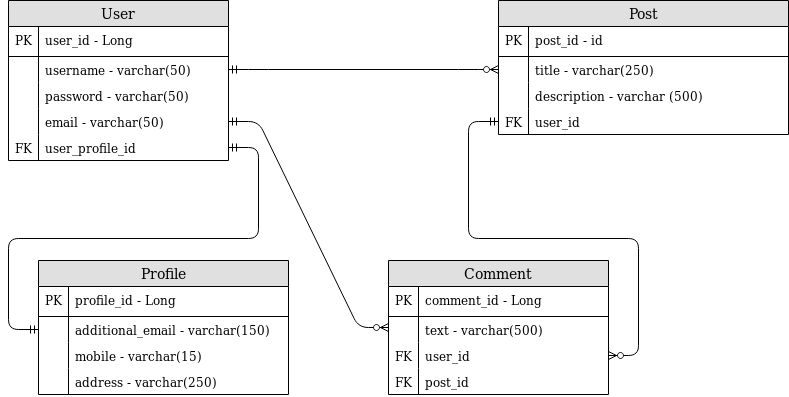
kumarjai1/redd-clone-backend keeps this draw.io diagram as assets/ERDdiagram.png. Above is the earlier version. Source tidied: cells renumbered, new cells last; positions are measured from the earlier drawing's top-left corner, leaving out a move shared by most shapes. Source of this version:
```xml
<mxGraphModel background="#ffffff">
  <root>
    <mxCell id="0" />
    <mxCell id="1" parent="0" />
    <mxCell id="2" value="User" style="swimlane;fontStyle=0;horizontal=1;startSize=26;fillColor=#e0e0e0;swimlaneFillColor=#ffffff;align=center;fontSize=14;" parent="1" vertex="1">
      <mxGeometry width="220" height="160" as="geometry" />
    </mxCell>
    <mxCell id="3" value="user_id - Long" style="shape=partialRectangle;top=0;left=0;right=0;bottom=1;align=left;verticalAlign=middle;fillColor=none;spacingLeft=34;spacingRight=4;overflow=hidden;fontStyle=0;fontSize=12;" parent="2" vertex="1">
      <mxGeometry y="26" width="220" height="30" as="geometry" />
    </mxCell>
    <mxCell id="4" value="PK" style="shape=partialRectangle;top=0;left=0;bottom=0;fillColor=none;align=left;verticalAlign=middle;spacingLeft=4;spacingRight=4;overflow=hidden;fontSize=12;" parent="3" vertex="1">
      <mxGeometry width="30" height="30" as="geometry" />
    </mxCell>
    <mxCell id="5" value="username - varchar(50)" style="shape=partialRectangle;top=0;left=0;right=0;bottom=0;align=left;verticalAlign=top;fillColor=none;spacingLeft=34;spacingRight=4;overflow=hidden;points=[[0,0.5],[1,0.5]];portConstraint=eastwest;fontSize=12;" parent="2" vertex="1">
      <mxGeometry y="56" width="220" height="26" as="geometry" />
    </mxCell>
    <mxCell id="6" style="shape=partialRectangle;top=0;left=0;bottom=0;fillColor=none;align=left;verticalAlign=top;spacingLeft=4;spacingRight=4;overflow=hidden;fontSize=12;" parent="5" vertex="1">
      <mxGeometry width="30" height="26" as="geometry" />
    </mxCell>
    <mxCell id="7" value="password - varchar(50)" style="shape=partialRectangle;top=0;left=0;right=0;bottom=0;align=left;verticalAlign=top;fillColor=none;spacingLeft=34;spacingRight=4;overflow=hidden;fontSize=12;" parent="2" vertex="1">
      <mxGeometry y="82" width="220" height="26" as="geometry" />
    </mxCell>
    <mxCell id="8" style="shape=partialRectangle;top=0;left=0;bottom=0;fillColor=none;align=left;verticalAlign=top;spacingLeft=4;spacingRight=4;overflow=hidden;fontSize=12;" parent="7" vertex="1">
      <mxGeometry width="30" height="26" as="geometry" />
    </mxCell>
    <mxCell id="9" value="email - varchar(50)" style="shape=partialRectangle;top=0;left=0;right=0;bottom=0;align=left;verticalAlign=top;fillColor=none;spacingLeft=34;spacingRight=4;overflow=hidden;fontSize=12;" parent="2" vertex="1">
      <mxGeometry y="108" width="220" height="26" as="geometry" />
    </mxCell>
    <mxCell id="10" style="shape=partialRectangle;top=0;left=0;bottom=0;fillColor=none;align=left;verticalAlign=top;spacingLeft=4;spacingRight=4;overflow=hidden;fontSize=12;" parent="9" vertex="1">
      <mxGeometry width="30" height="26" as="geometry" />
    </mxCell>
    <mxCell id="11" value="user_profile_id" style="shape=partialRectangle;top=0;left=0;right=0;bottom=0;align=left;verticalAlign=top;fillColor=none;spacingLeft=34;spacingRight=4;overflow=hidden;points=[[0,0.5],[1,0.5]];portConstraint=eastwest;fontSize=12;" parent="2" vertex="1">
      <mxGeometry y="134" width="220" height="26" as="geometry" />
    </mxCell>
    <mxCell id="12" value="FK" style="shape=partialRectangle;top=0;left=0;bottom=0;fillColor=none;align=left;verticalAlign=top;spacingLeft=4;spacingRight=4;overflow=hidden;fontSize=12;" parent="11" vertex="1">
      <mxGeometry width="30" height="26" as="geometry" />
    </mxCell>
    <mxCell id="13" value="Post" style="swimlane;fontStyle=0;horizontal=1;startSize=26;fillColor=#e0e0e0;swimlaneFillColor=#ffffff;align=center;fontSize=14;" parent="1" vertex="1">
      <mxGeometry x="490" width="290" height="134" as="geometry" />
    </mxCell>
    <mxCell id="14" value="post_id - id" style="shape=partialRectangle;top=0;left=0;right=0;bottom=1;align=left;verticalAlign=middle;fillColor=none;spacingLeft=34;spacingRight=4;overflow=hidden;fontStyle=0;fontSize=12;" parent="13" vertex="1">
      <mxGeometry y="26" width="290" height="30" as="geometry" />
    </mxCell>
    <mxCell id="15" value="PK" style="shape=partialRectangle;top=0;left=0;bottom=0;fillColor=none;align=left;verticalAlign=middle;spacingLeft=4;spacingRight=4;overflow=hidden;fontSize=12;" parent="14" vertex="1">
      <mxGeometry width="30" height="30" as="geometry" />
    </mxCell>
    <mxCell id="16" value="title - varchar(250)&#10;" style="shape=partialRectangle;top=0;left=0;right=0;bottom=0;align=left;verticalAlign=top;fillColor=none;spacingLeft=34;spacingRight=4;overflow=hidden;points=[[0,0.5],[1,0.5]];portConstraint=eastwest;fontSize=12;" parent="13" vertex="1">
      <mxGeometry y="56" width="290" height="26" as="geometry" />
    </mxCell>
    <mxCell id="17" style="shape=partialRectangle;top=0;left=0;bottom=0;fillColor=none;align=left;verticalAlign=top;spacingLeft=4;spacingRight=4;overflow=hidden;fontSize=12;" parent="16" vertex="1">
      <mxGeometry width="30" height="26" as="geometry" />
    </mxCell>
    <mxCell id="18" value="description - varchar (500)&#10;" style="shape=partialRectangle;top=0;left=0;right=0;bottom=0;align=left;verticalAlign=top;fillColor=none;spacingLeft=34;spacingRight=4;overflow=hidden;fontSize=12;" parent="13" vertex="1">
      <mxGeometry y="82" width="290" height="26" as="geometry" />
    </mxCell>
    <mxCell id="19" style="shape=partialRectangle;top=0;left=0;bottom=0;fillColor=none;align=left;verticalAlign=top;spacingLeft=4;spacingRight=4;overflow=hidden;fontSize=12;" parent="18" vertex="1">
      <mxGeometry width="30" height="26" as="geometry" />
    </mxCell>
    <mxCell id="20" value="user_id" style="shape=partialRectangle;top=0;left=0;right=0;bottom=0;align=left;verticalAlign=top;fillColor=none;spacingLeft=34;spacingRight=4;overflow=hidden;points=[[0,0.5],[1,0.5]];portConstraint=eastwest;fontSize=12;" parent="13" vertex="1">
      <mxGeometry y="108" width="290" height="26" as="geometry" />
    </mxCell>
    <mxCell id="21" value="FK" style="shape=partialRectangle;top=0;left=0;bottom=0;fillColor=none;align=left;verticalAlign=top;spacingLeft=4;spacingRight=4;overflow=hidden;fontSize=12;" parent="20" vertex="1">
      <mxGeometry width="30" height="26" as="geometry" />
    </mxCell>
    <mxCell id="22" value="Comment" style="swimlane;fontStyle=0;horizontal=1;startSize=26;fillColor=#e0e0e0;swimlaneFillColor=#ffffff;align=center;fontSize=14;" parent="1" vertex="1">
      <mxGeometry x="380" y="260" width="220" height="134" as="geometry" />
    </mxCell>
    <mxCell id="23" value="comment_id - Long" style="shape=partialRectangle;top=0;left=0;right=0;bottom=1;align=left;verticalAlign=middle;fillColor=none;spacingLeft=34;spacingRight=4;overflow=hidden;fontStyle=0;fontSize=12;" parent="22" vertex="1">
      <mxGeometry y="26" width="220" height="30" as="geometry" />
    </mxCell>
    <mxCell id="24" value="PK" style="shape=partialRectangle;top=0;left=0;bottom=0;fillColor=none;align=left;verticalAlign=middle;spacingLeft=4;spacingRight=4;overflow=hidden;fontSize=12;" parent="23" vertex="1">
      <mxGeometry width="30" height="30" as="geometry" />
    </mxCell>
    <mxCell id="25" value="text - varchar(500)" style="shape=partialRectangle;top=0;left=0;right=0;bottom=0;align=left;verticalAlign=top;fillColor=none;spacingLeft=34;spacingRight=4;overflow=hidden;fontSize=12;" parent="22" vertex="1">
      <mxGeometry y="56" width="220" height="26" as="geometry" />
    </mxCell>
    <mxCell id="26" style="shape=partialRectangle;top=0;left=0;bottom=0;fillColor=none;align=left;verticalAlign=top;spacingLeft=4;spacingRight=4;overflow=hidden;fontSize=12;" parent="25" vertex="1">
      <mxGeometry width="30" height="26" as="geometry" />
    </mxCell>
    <mxCell id="27" value="user_id" style="shape=partialRectangle;top=0;left=0;right=0;bottom=0;align=left;verticalAlign=top;fillColor=none;spacingLeft=34;spacingRight=4;overflow=hidden;points=[[0,0.5],[1,0.5]];portConstraint=eastwest;fontSize=12;" parent="22" vertex="1">
      <mxGeometry y="82" width="220" height="26" as="geometry" />
    </mxCell>
    <mxCell id="28" value="FK" style="shape=partialRectangle;top=0;left=0;bottom=0;fillColor=none;align=left;verticalAlign=top;spacingLeft=4;spacingRight=4;overflow=hidden;fontSize=12;" parent="27" vertex="1">
      <mxGeometry width="30" height="26" as="geometry" />
    </mxCell>
    <mxCell id="29" value="post_id" style="shape=partialRectangle;top=0;left=0;right=0;bottom=0;align=left;verticalAlign=top;fillColor=none;spacingLeft=34;spacingRight=4;overflow=hidden;fontSize=12;" parent="22" vertex="1">
      <mxGeometry y="108" width="220" height="26" as="geometry" />
    </mxCell>
    <mxCell id="30" value="FK" style="shape=partialRectangle;top=0;left=0;bottom=0;fillColor=none;align=left;verticalAlign=top;spacingLeft=4;spacingRight=4;overflow=hidden;fontSize=12;" parent="29" vertex="1">
      <mxGeometry width="30" height="26" as="geometry" />
    </mxCell>
    <mxCell id="31" style="edgeStyle=entityRelationEdgeStyle;fontSize=12;html=1;endArrow=ERzeroToMany;startArrow=ERmandOne;exitX=1;exitY=0.5;exitDx=0;exitDy=0;entryX=0;entryY=0.5;entryDx=0;entryDy=0;" parent="1" edge="1" source="5" target="16">
      <mxGeometry relative="1" as="geometry" />
    </mxCell>
    <mxCell id="32" style="edgeStyle=entityRelationEdgeStyle;fontSize=12;html=1;endArrow=ERzeroToMany;startArrow=ERmandOne;exitX=1;exitY=0.5;exitDx=0;exitDy=0;" parent="1" edge="1" target="22">
      <mxGeometry relative="1" as="geometry">
        <mxPoint x="220" y="121" as="sourcePoint" />
      </mxGeometry>
    </mxCell>
    <mxCell id="33" style="edgeStyle=entityRelationEdgeStyle;fontSize=12;html=1;endArrow=ERmandOne;startArrow=ERzeroToMany;entryX=0;entryY=0.5;entryDx=0;entryDy=0;exitX=1;exitY=0.5;exitDx=0;exitDy=0;" parent="1" edge="1" source="27" target="20">
      <mxGeometry relative="1" as="geometry" />
    </mxCell>
    <mxCell id="34" value="Profile" style="swimlane;fontStyle=0;horizontal=1;startSize=26;fillColor=#e0e0e0;swimlaneFillColor=#ffffff;align=center;fontSize=14;" parent="1" vertex="1">
      <mxGeometry x="30" y="260" width="250" height="134" as="geometry" />
    </mxCell>
    <mxCell id="35" value="profile_id - Long" style="shape=partialRectangle;top=0;left=0;right=0;bottom=1;align=left;verticalAlign=middle;fillColor=none;spacingLeft=34;spacingRight=4;overflow=hidden;fontStyle=0;fontSize=12;" parent="34" vertex="1">
      <mxGeometry y="26" width="250" height="30" as="geometry" />
    </mxCell>
    <mxCell id="36" value="PK" style="shape=partialRectangle;top=0;left=0;bottom=0;fillColor=none;align=left;verticalAlign=middle;spacingLeft=4;spacingRight=4;overflow=hidden;fontSize=12;" parent="35" vertex="1">
      <mxGeometry width="30" height="30" as="geometry" />
    </mxCell>
    <mxCell id="37" value="additional_email - varchar(150)" style="shape=partialRectangle;top=0;left=0;right=0;bottom=0;align=left;verticalAlign=top;fillColor=none;spacingLeft=34;spacingRight=4;overflow=hidden;points=[[0,0.5],[1,0.5]];portConstraint=eastwest;fontSize=12;" parent="34" vertex="1">
      <mxGeometry y="56" width="250" height="26" as="geometry" />
    </mxCell>
    <mxCell id="38" style="shape=partialRectangle;top=0;left=0;bottom=0;fillColor=none;align=left;verticalAlign=top;spacingLeft=4;spacingRight=4;overflow=hidden;fontSize=12;" parent="37" vertex="1">
      <mxGeometry width="30" height="26" as="geometry" />
    </mxCell>
    <mxCell id="39" value="mobile - varchar(15)" style="shape=partialRectangle;top=0;left=0;right=0;bottom=0;align=left;verticalAlign=top;fillColor=none;spacingLeft=34;spacingRight=4;overflow=hidden;points=[[0,0.5],[1,0.5]];portConstraint=eastwest;fontSize=12;" parent="34" vertex="1">
      <mxGeometry y="82" width="250" height="26" as="geometry" />
    </mxCell>
    <mxCell id="40" style="shape=partialRectangle;top=0;left=0;bottom=0;fillColor=none;align=left;verticalAlign=top;spacingLeft=4;spacingRight=4;overflow=hidden;fontSize=12;" parent="39" vertex="1">
      <mxGeometry width="30" height="26" as="geometry" />
    </mxCell>
    <mxCell id="41" value="address - varchar(250)" style="shape=partialRectangle;top=0;left=0;right=0;bottom=0;align=left;verticalAlign=top;fillColor=none;spacingLeft=34;spacingRight=4;overflow=hidden;fontSize=12;" parent="34" vertex="1">
      <mxGeometry y="108" width="250" height="26" as="geometry" />
    </mxCell>
    <mxCell id="42" style="shape=partialRectangle;top=0;left=0;bottom=0;fillColor=none;align=left;verticalAlign=top;spacingLeft=4;spacingRight=4;overflow=hidden;fontSize=12;" parent="41" vertex="1">
      <mxGeometry width="30" height="26" as="geometry" />
    </mxCell>
    <mxCell id="43" style="edgeStyle=entityRelationEdgeStyle;fontSize=12;html=1;endArrow=ERmandOne;startArrow=ERmandOne;exitX=1;exitY=0.5;exitDx=0;exitDy=0;entryX=0;entryY=0.5;entryDx=0;entryDy=0;" parent="1" edge="1" source="11" target="37">
      <mxGeometry relative="1" as="geometry" />
    </mxCell>
  </root>
</mxGraphModel>
```
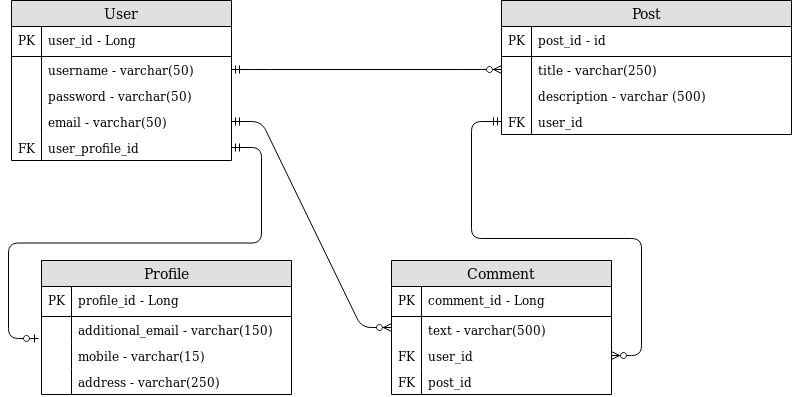
Above is the later version.

The edit, as a diff of the source:
```diff
@@ -127,8 +127,8 @@
     <mxCell id="42" style="shape=partialRectangle;top=0;left=0;bottom=0;fillColor=none;align=left;verticalAlign=top;spacingLeft=4;spacingRight=4;overflow=hidden;fontSize=12;" parent="41" vertex="1">
       <mxGeometry width="30" height="26" as="geometry" />
     </mxCell>
-    <mxCell id="43" style="edgeStyle=entityRelationEdgeStyle;fontSize=12;html=1;endArrow=ERmandOne;startArrow=ERmandOne;exitX=1;exitY=0.5;exitDx=0;exitDy=0;entryX=0;entryY=0.5;entryDx=0;entryDy=0;" parent="1" edge="1" source="11" target="37">
-      <mxGeometry relative="1" as="geometry" />
-    </mxCell>
+    <mxCell id="44" style="edgeStyle=entityRelationEdgeStyle;fontSize=12;html=1;endArrow=ERzeroToOne;startArrow=ERmandOne;entryX=-0.012;entryY=-0.154;entryDx=0;entryDy=0;entryPerimeter=0;exitX=1;exitY=0.5;exitDx=0;exitDy=0;" parent="1" edge="1" source="11" target="39">
+      <mxGeometry relative="1" as="geometry" />
+    </mxCell>
   </root>
 </mxGraphModel>
```
